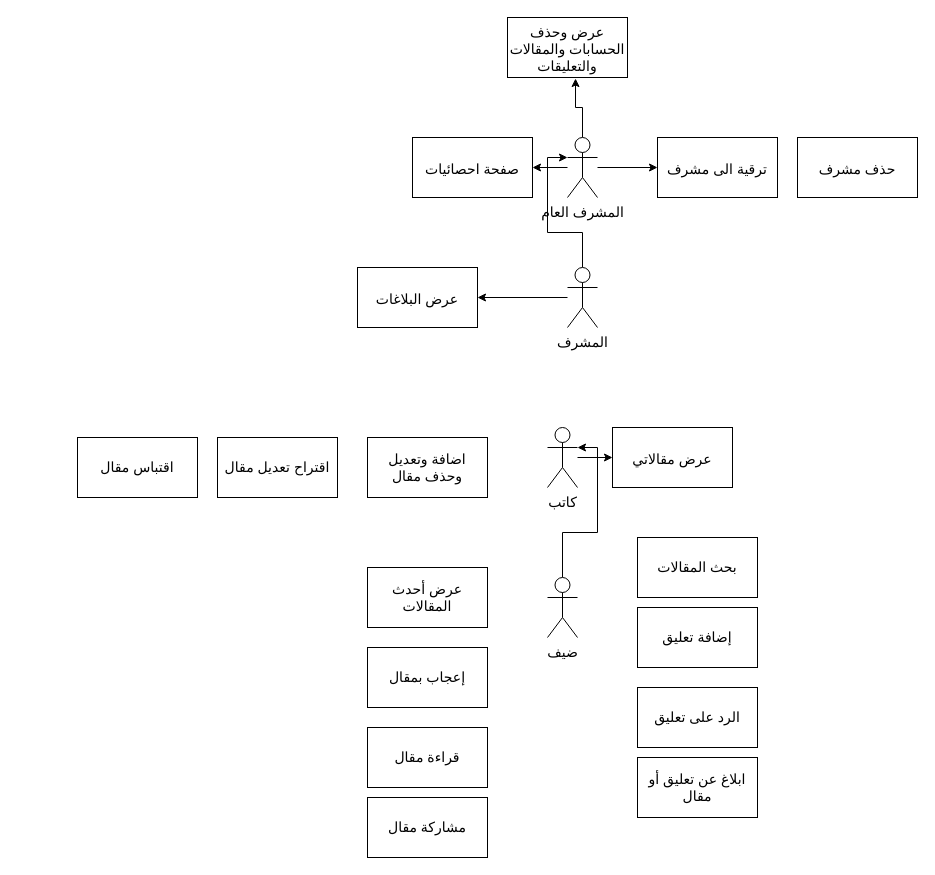
Before: page "المستخدمين والمهام" (1 of 7) of Diagram.drawio in a7medKhalid/waqf-raqmy, a draw.io diagram. Source tidied: cells renumbered, new cells numbered last; positions are measured from the earlier drawing's top-left corner, leaving out a move shared by most shapes. Both pictures are drawn from the tidied source at 100%, with x=0, y=0 at pixel (77, 17).
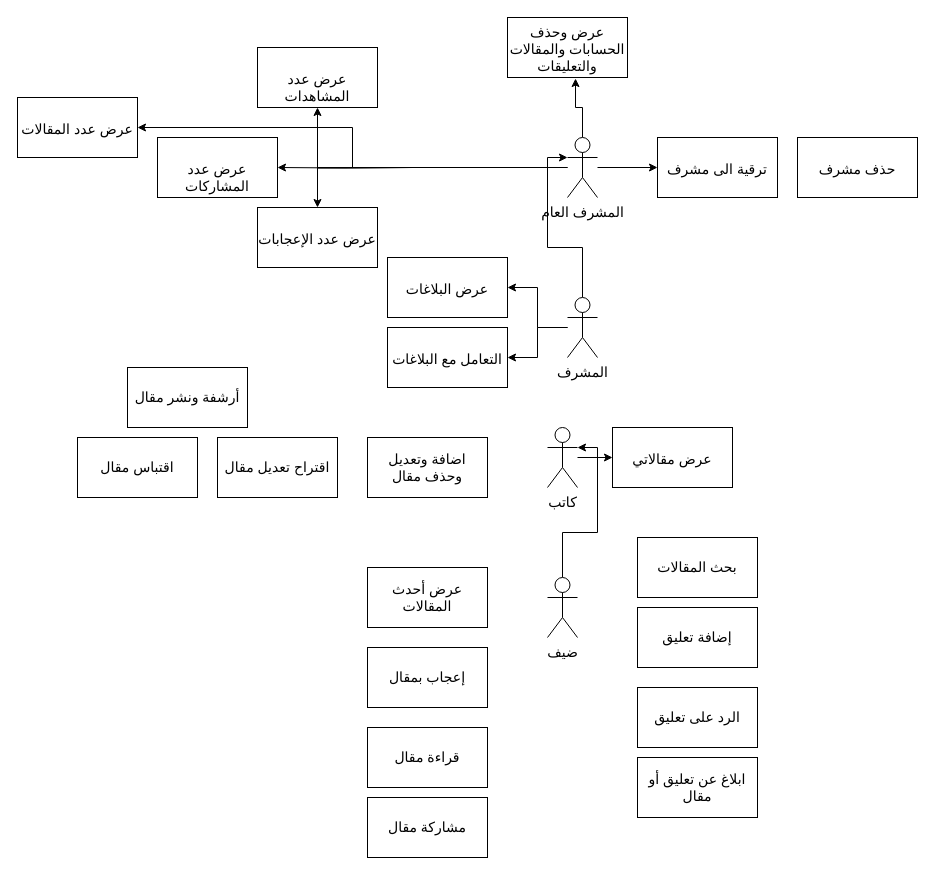
Above is the later version.

The change refers to these unchanged cells:
```xml
<mxCell id="25" value="المشرف العام" style="shape=umlActor;verticalLabelPosition=bottom;verticalAlign=top;html=1;outlineConnect=0;strokeWidth=1;fontStyle=0;fontSize=14;" parent="1" vertex="1">
  <mxGeometry x="490" y="120" width="30" height="60" as="geometry" />
</mxCell>
```

The edit, as a diff of the source:
```diff
@@
+    <mxCell id="30" style="edgeStyle=orthogonalEdgeStyle;rounded=0;jettySize=auto;html=1;entryX=1;entryY=0.5;entryDx=0;entryDy=0;" parent="1" edge="1" source="8" target="39">
+      <mxGeometry relative="1" as="geometry" />
+    </mxCell>
     <mxCell id="8" value="المشرف" style="shape=umlActor;verticalLabelPosition=bottom;verticalAlign=top;html=1;outlineConnect=0;strokeWidth=1;fontStyle=0;fontSize=14;" parent="1" vertex="1">
-      <mxGeometry x="490" y="250" width="30" height="60" as="geometry" />
+      <mxGeometry x="490" y="280" width="30" height="60" as="geometry" />
     </mxCell>
@@
     <mxCell id="19" value="&lt;br&gt;عرض البلاغات&lt;br&gt;" style="whiteSpace=wrap;html=1;fontSize=14;fontStyle=0;verticalAlign=top;strokeWidth=1;" parent="1" vertex="1">
-      <mxGeometry x="280" y="250" width="120" height="60" as="geometry" />
+      <mxGeometry x="310" y="240" width="120" height="60" as="geometry" />
     </mxCell>
@@
-    <mxCell id="23" style="edgeStyle=orthogonalEdgeStyle;rounded=0;jettySize=auto;html=1;fontSize=14;" parent="1" edge="1" source="25" target="28">
-      <mxGeometry relative="1" as="geometry" />
-    </mxCell>
@@
+    <mxCell id="31" style="edgeStyle=orthogonalEdgeStyle;rounded=0;jettySize=auto;html=1;entryX=1;entryY=0.5;entryDx=0;entryDy=0;" parent="1" edge="1" source="25" target="38">
+      <mxGeometry relative="1" as="geometry" />
+    </mxCell>
@@
-    <mxCell id="28" value="&lt;br&gt;صفحة احصائيات&lt;br&gt;" style="whiteSpace=wrap;html=1;fontSize=14;fontStyle=0;verticalAlign=top;strokeWidth=1;" parent="1" vertex="1">
-      <mxGeometry x="335" y="120" width="120" height="60" as="geometry" />
-    </mxCell>
+    <mxCell id="32" style="edgeStyle=orthogonalEdgeStyle;rounded=0;jettySize=auto;html=1;" parent="1" edge="1" target="35">
+      <mxGeometry relative="1" as="geometry">
+        <mxPoint x="335" y="150" as="sourcePoint" />
+      </mxGeometry>
+    </mxCell>
+    <mxCell id="33" style="edgeStyle=orthogonalEdgeStyle;rounded=0;jettySize=auto;html=1;" parent="1" edge="1" target="36">
+      <mxGeometry relative="1" as="geometry">
+        <mxPoint x="335" y="150" as="sourcePoint" />
+      </mxGeometry>
+    </mxCell>
+    <mxCell id="34" style="edgeStyle=orthogonalEdgeStyle;rounded=0;jettySize=auto;html=1;" parent="1" edge="1" source="25" target="37">
+      <mxGeometry relative="1" as="geometry" />
+    </mxCell>
@@
+    <mxCell id="35" value="&lt;br&gt;عرض عدد المشاهدات" style="whiteSpace=wrap;html=1;fontSize=14;fontStyle=0;verticalAlign=top;strokeWidth=1;" parent="1" vertex="1">
+      <mxGeometry x="180" y="30" width="120" height="60" as="geometry" />
+    </mxCell>
+    <mxCell id="36" value="&lt;br&gt;عرض عدد المشاركات" style="whiteSpace=wrap;html=1;fontSize=14;fontStyle=0;verticalAlign=top;strokeWidth=1;" parent="1" vertex="1">
+      <mxGeometry x="80" y="120" width="120" height="60" as="geometry" />
+    </mxCell>
+    <mxCell id="37" value="&lt;br&gt;عرض عدد الإعجابات" style="whiteSpace=wrap;html=1;fontSize=14;fontStyle=0;verticalAlign=top;strokeWidth=1;" parent="1" vertex="1">
+      <mxGeometry x="180" y="190" width="120" height="60" as="geometry" />
+    </mxCell>
+    <mxCell id="38" value="&lt;br&gt;عرض عدد المقالات" style="whiteSpace=wrap;html=1;fontSize=14;fontStyle=0;verticalAlign=top;strokeWidth=1;" parent="1" vertex="1">
+      <mxGeometry x="-60" y="80" width="120" height="60" as="geometry" />
+    </mxCell>
+    <mxCell id="39" value="&lt;br&gt;التعامل مع البلاغات" style="whiteSpace=wrap;html=1;fontSize=14;fontStyle=0;verticalAlign=top;strokeWidth=1;" parent="1" vertex="1">
+      <mxGeometry x="310" y="310" width="120" height="60" as="geometry" />
+    </mxCell>
+    <mxCell id="40" value="أرشفة ونشر مقال" style="whiteSpace=wrap;html=1;fontSize=14;strokeWidth=1;" parent="1" vertex="1">
+      <mxGeometry x="50" y="350" width="120" height="60" as="geometry" />
+    </mxCell>
```
